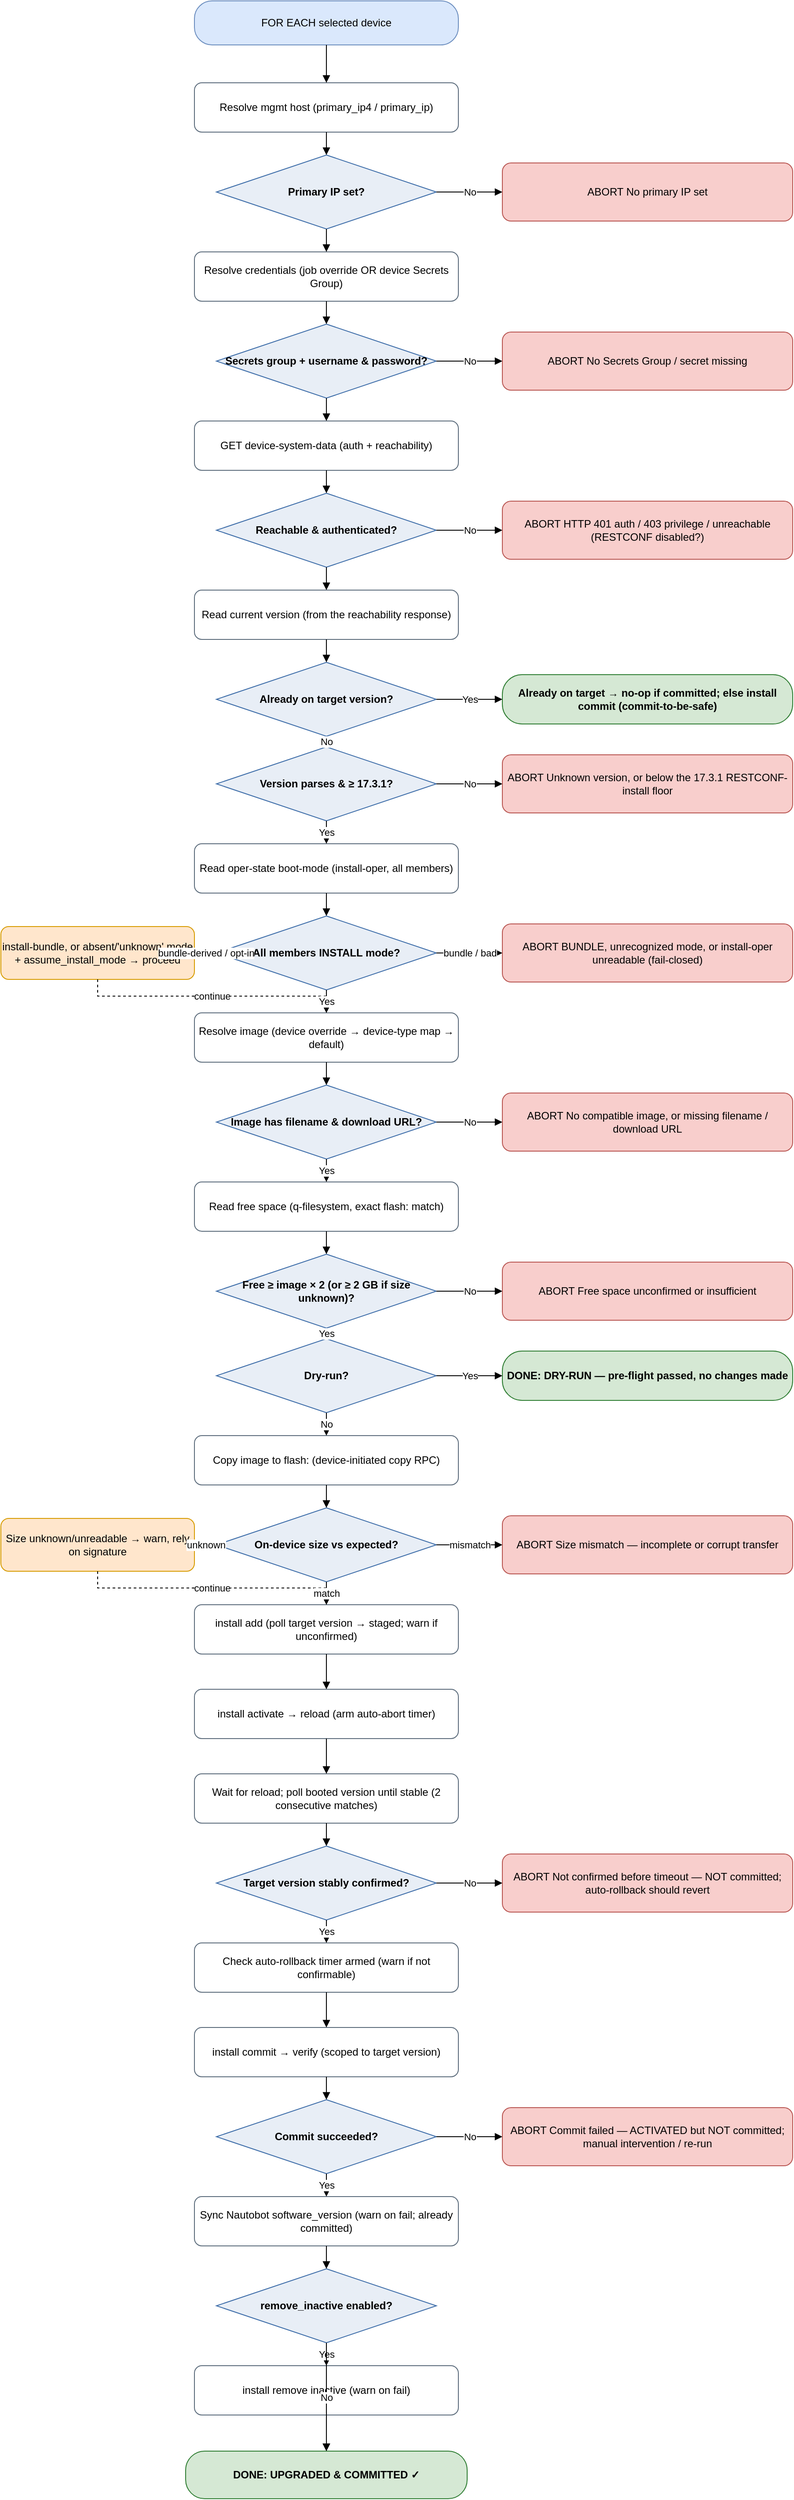
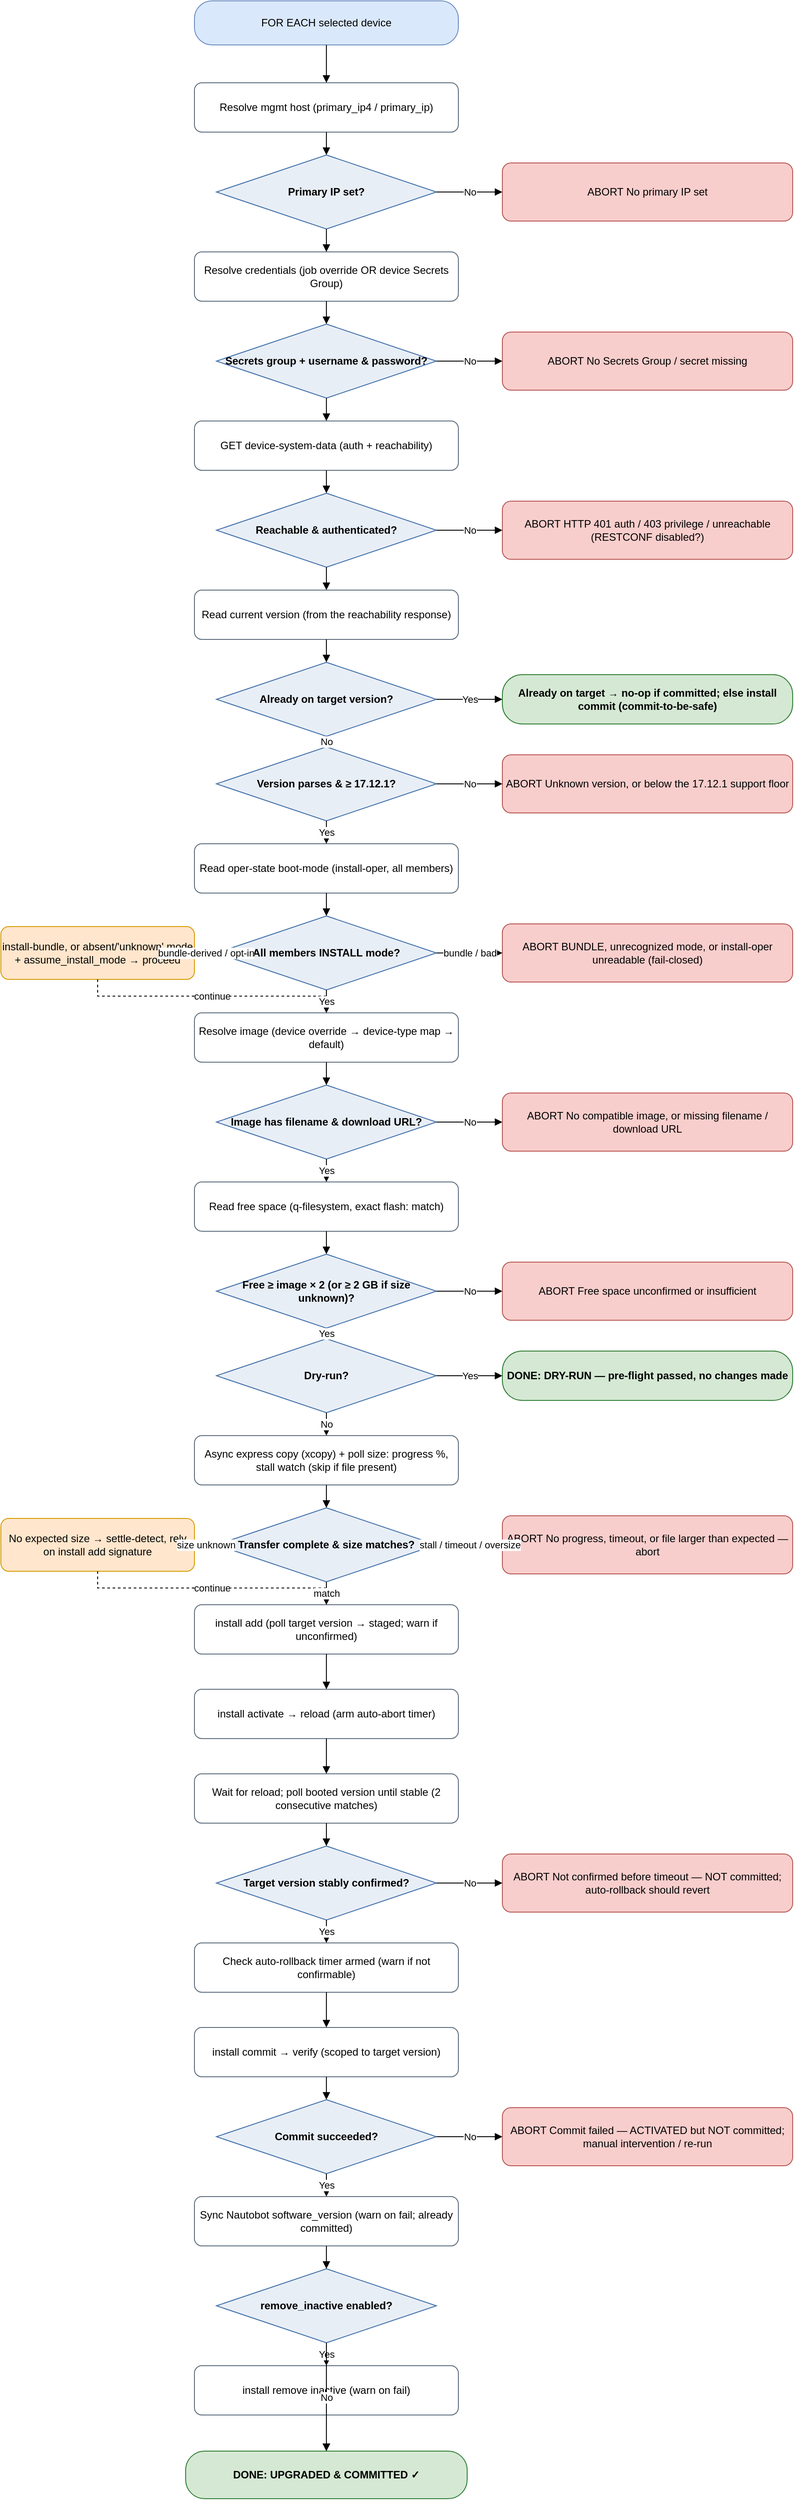
<mxfile host="app.diagrams.net" type="device">
  <diagram name="IOS-XE upgrade flow" id="iosxe-upgrade-flow">
    <mxGraphModel dx="1000" dy="2000" grid="1" gridSize="10" guides="1" tooltips="1"
        connect="1" arrows="1" fold="1" page="1" pageScale="1" math="0" shadow="0">
      <root>
        <mxCell id="0"/>
        <mxCell id="1" parent="0"/>
        <mxCell id="start" value="FOR EACH selected device" style="rounded=1;arcSize=40;whiteSpace=wrap;html=1;fillColor=#DAE8FC;strokeColor=#6C8EBF;" vertex="1" parent="1"><mxGeometry x="250" y="31" width="300" height="50" as="geometry"/></mxCell>
        <mxCell id="host" value="Resolve mgmt host&amp;#10;(primary_ip4 / primary_ip)" style="rounded=1;whiteSpace=wrap;html=1;fillColor=#FFFFFF;strokeColor=#5B6B7B;" vertex="1" parent="1"><mxGeometry x="250" y="124" width="300" height="56" as="geometry"/></mxCell>
        <mxCell id="d_ip" value="Primary IP set?" style="rhombus;whiteSpace=wrap;html=1;fillColor=#E8EEF6;strokeColor=#3C6CA8;fontStyle=1;" vertex="1" parent="1"><mxGeometry x="275" y="206" width="250" height="84" as="geometry"/></mxCell>
        <mxCell id="cred" value="Resolve credentials&amp;#10;(job override OR device Secrets Group)" style="rounded=1;whiteSpace=wrap;html=1;fillColor=#FFFFFF;strokeColor=#5B6B7B;" vertex="1" parent="1"><mxGeometry x="250" y="316" width="300" height="56" as="geometry"/></mxCell>
        <mxCell id="d_cred" value="Secrets group +&amp;#10;username &amp; password?" style="rhombus;whiteSpace=wrap;html=1;fillColor=#E8EEF6;strokeColor=#3C6CA8;fontStyle=1;" vertex="1" parent="1"><mxGeometry x="275" y="398" width="250" height="84" as="geometry"/></mxCell>
        <mxCell id="reach" value="GET device-system-data&amp;#10;(auth + reachability)" style="rounded=1;whiteSpace=wrap;html=1;fillColor=#FFFFFF;strokeColor=#5B6B7B;" vertex="1" parent="1"><mxGeometry x="250" y="508" width="300" height="56" as="geometry"/></mxCell>
        <mxCell id="d_reach" value="Reachable &amp;&amp;#10;authenticated?" style="rhombus;whiteSpace=wrap;html=1;fillColor=#E8EEF6;strokeColor=#3C6CA8;fontStyle=1;" vertex="1" parent="1"><mxGeometry x="275" y="590" width="250" height="84" as="geometry"/></mxCell>
        <mxCell id="curr" value="Read current version&amp;#10;(from the reachability response)" style="rounded=1;whiteSpace=wrap;html=1;fillColor=#FFFFFF;strokeColor=#5B6B7B;" vertex="1" parent="1"><mxGeometry x="250" y="700" width="300" height="56" as="geometry"/></mxCell>
        <mxCell id="d_target" value="Already on&amp;#10;target version?" style="rhombus;whiteSpace=wrap;html=1;fillColor=#E8EEF6;strokeColor=#3C6CA8;fontStyle=1;" vertex="1" parent="1"><mxGeometry x="275" y="782" width="250" height="84" as="geometry"/></mxCell>
-         <mxCell id="d_floor" value="Version parses&amp;#10;&amp; ≥ 17.3.1?" style="rhombus;whiteSpace=wrap;html=1;fillColor=#E8EEF6;strokeColor=#3C6CA8;fontStyle=1;" vertex="1" parent="1"><mxGeometry x="275" y="878" width="250" height="84" as="geometry"/></mxCell>
+         <mxCell id="d_floor" value="Version parses&amp;#10;&amp; ≥ 17.12.1?" style="rhombus;whiteSpace=wrap;html=1;fillColor=#E8EEF6;strokeColor=#3C6CA8;fontStyle=1;" vertex="1" parent="1"><mxGeometry x="275" y="878" width="250" height="84" as="geometry"/></mxCell>
        <mxCell id="mode" value="Read oper-state boot-mode&amp;#10;(install-oper, all members)" style="rounded=1;whiteSpace=wrap;html=1;fillColor=#FFFFFF;strokeColor=#5B6B7B;" vertex="1" parent="1"><mxGeometry x="250" y="988" width="300" height="56" as="geometry"/></mxCell>
        <mxCell id="d_mode" value="All members&amp;#10;INSTALL mode?" style="rhombus;whiteSpace=wrap;html=1;fillColor=#E8EEF6;strokeColor=#3C6CA8;fontStyle=1;" vertex="1" parent="1"><mxGeometry x="275" y="1070" width="250" height="84" as="geometry"/></mxCell>
        <mxCell id="img" value="Resolve image (device override →&amp;#10;device-type map → default)" style="rounded=1;whiteSpace=wrap;html=1;fillColor=#FFFFFF;strokeColor=#5B6B7B;" vertex="1" parent="1"><mxGeometry x="250" y="1180" width="300" height="56" as="geometry"/></mxCell>
        <mxCell id="d_img" value="Image has filename&amp;#10;&amp; download URL?" style="rhombus;whiteSpace=wrap;html=1;fillColor=#E8EEF6;strokeColor=#3C6CA8;fontStyle=1;" vertex="1" parent="1"><mxGeometry x="275" y="1262" width="250" height="84" as="geometry"/></mxCell>
        <mxCell id="space" value="Read free space&amp;#10;(q-filesystem, exact flash: match)" style="rounded=1;whiteSpace=wrap;html=1;fillColor=#FFFFFF;strokeColor=#5B6B7B;" vertex="1" parent="1"><mxGeometry x="250" y="1372" width="300" height="56" as="geometry"/></mxCell>
        <mxCell id="d_space" value="Free ≥ image × 2&amp;#10;(or ≥ 2 GB if size unknown)?" style="rhombus;whiteSpace=wrap;html=1;fillColor=#E8EEF6;strokeColor=#3C6CA8;fontStyle=1;" vertex="1" parent="1"><mxGeometry x="275" y="1454" width="250" height="84" as="geometry"/></mxCell>
        <mxCell id="d_dry" value="Dry-run?" style="rhombus;whiteSpace=wrap;html=1;fillColor=#E8EEF6;strokeColor=#3C6CA8;fontStyle=1;" vertex="1" parent="1"><mxGeometry x="275" y="1550" width="250" height="84" as="geometry"/></mxCell>
-         <mxCell id="copy" value="Copy image to flash:&amp;#10;(device-initiated copy RPC)" style="rounded=1;whiteSpace=wrap;html=1;fillColor=#FFFFFF;strokeColor=#5B6B7B;" vertex="1" parent="1"><mxGeometry x="250" y="1660" width="300" height="56" as="geometry"/></mxCell>
-         <mxCell id="d_size" value="On-device size&amp;#10;vs expected?" style="rhombus;whiteSpace=wrap;html=1;fillColor=#E8EEF6;strokeColor=#3C6CA8;fontStyle=1;" vertex="1" parent="1"><mxGeometry x="275" y="1742" width="250" height="84" as="geometry"/></mxCell>
+         <mxCell id="copy" value="Async express copy (xcopy) + poll size:&amp;#10;progress %, stall watch (skip if file present)" style="rounded=1;whiteSpace=wrap;html=1;fillColor=#FFFFFF;strokeColor=#5B6B7B;" vertex="1" parent="1"><mxGeometry x="250" y="1660" width="300" height="56" as="geometry"/></mxCell>
+         <mxCell id="d_size" value="Transfer complete&amp;#10;&amp; size matches?" style="rhombus;whiteSpace=wrap;html=1;fillColor=#E8EEF6;strokeColor=#3C6CA8;fontStyle=1;" vertex="1" parent="1"><mxGeometry x="275" y="1742" width="250" height="84" as="geometry"/></mxCell>
        <mxCell id="add" value="install add (poll target version&amp;#10;→ staged; warn if unconfirmed)" style="rounded=1;whiteSpace=wrap;html=1;fillColor=#FFFFFF;strokeColor=#5B6B7B;" vertex="1" parent="1"><mxGeometry x="250" y="1852" width="300" height="56" as="geometry"/></mxCell>
        <mxCell id="act" value="install activate → reload&amp;#10;(arm auto-abort timer)" style="rounded=1;whiteSpace=wrap;html=1;fillColor=#FFFFFF;strokeColor=#5B6B7B;" vertex="1" parent="1"><mxGeometry x="250" y="1948" width="300" height="56" as="geometry"/></mxCell>
        <mxCell id="waitc" value="Wait for reload; poll booted version&amp;#10;until stable (2 consecutive matches)" style="rounded=1;whiteSpace=wrap;html=1;fillColor=#FFFFFF;strokeColor=#5B6B7B;" vertex="1" parent="1"><mxGeometry x="250" y="2044" width="300" height="56" as="geometry"/></mxCell>
        <mxCell id="d_confirm" value="Target version&amp;#10;stably confirmed?" style="rhombus;whiteSpace=wrap;html=1;fillColor=#E8EEF6;strokeColor=#3C6CA8;fontStyle=1;" vertex="1" parent="1"><mxGeometry x="275" y="2126" width="250" height="84" as="geometry"/></mxCell>
        <mxCell id="rollbackchk" value="Check auto-rollback timer armed&amp;#10;(warn if not confirmable)" style="rounded=1;whiteSpace=wrap;html=1;fillColor=#FFFFFF;strokeColor=#5B6B7B;" vertex="1" parent="1"><mxGeometry x="250" y="2236" width="300" height="56" as="geometry"/></mxCell>
        <mxCell id="commit" value="install commit → verify&amp;#10;(scoped to target version)" style="rounded=1;whiteSpace=wrap;html=1;fillColor=#FFFFFF;strokeColor=#5B6B7B;" vertex="1" parent="1"><mxGeometry x="250" y="2332" width="300" height="56" as="geometry"/></mxCell>
        <mxCell id="d_commit" value="Commit&amp;#10;succeeded?" style="rhombus;whiteSpace=wrap;html=1;fillColor=#E8EEF6;strokeColor=#3C6CA8;fontStyle=1;" vertex="1" parent="1"><mxGeometry x="275" y="2414" width="250" height="84" as="geometry"/></mxCell>
        <mxCell id="sync" value="Sync Nautobot software_version&amp;#10;(warn on fail; already committed)" style="rounded=1;whiteSpace=wrap;html=1;fillColor=#FFFFFF;strokeColor=#5B6B7B;" vertex="1" parent="1"><mxGeometry x="250" y="2524" width="300" height="56" as="geometry"/></mxCell>
        <mxCell id="d_remove" value="remove_inactive&amp;#10;enabled?" style="rhombus;whiteSpace=wrap;html=1;fillColor=#E8EEF6;strokeColor=#3C6CA8;fontStyle=1;" vertex="1" parent="1"><mxGeometry x="275" y="2606" width="250" height="84" as="geometry"/></mxCell>
        <mxCell id="remove" value="install remove inactive&amp;#10;(warn on fail)" style="rounded=1;whiteSpace=wrap;html=1;fillColor=#FFFFFF;strokeColor=#5B6B7B;" vertex="1" parent="1"><mxGeometry x="250" y="2716" width="300" height="56" as="geometry"/></mxCell>
        <mxCell id="ok" value="DONE: UPGRADED &amp; COMMITTED ✓" style="rounded=1;arcSize=40;whiteSpace=wrap;html=1;fillColor=#D5E8D4;strokeColor=#2E7D32;fontStyle=1;" vertex="1" parent="1"><mxGeometry x="240" y="2813" width="320" height="54" as="geometry"/></mxCell>
        <mxCell id="d_ip_abort" value="ABORT&amp;#10;No primary IP set" style="rounded=1;whiteSpace=wrap;html=1;fillColor=#F8CECC;strokeColor=#B85450;" vertex="1" parent="1"><mxGeometry x="600" y="215" width="330" height="66" as="geometry"/></mxCell>
        <mxCell id="d_cred_abort" value="ABORT&amp;#10;No Secrets Group / secret missing" style="rounded=1;whiteSpace=wrap;html=1;fillColor=#F8CECC;strokeColor=#B85450;" vertex="1" parent="1"><mxGeometry x="600" y="407" width="330" height="66" as="geometry"/></mxCell>
        <mxCell id="d_reach_abort" value="ABORT&amp;#10;HTTP 401 auth / 403 privilege /&amp;#10;unreachable (RESTCONF disabled?)" style="rounded=1;whiteSpace=wrap;html=1;fillColor=#F8CECC;strokeColor=#B85450;" vertex="1" parent="1"><mxGeometry x="600" y="599" width="330" height="66" as="geometry"/></mxCell>
        <mxCell id="d_target_ok" value="Already on target → no-op if committed;&amp;#10;else install commit (commit-to-be-safe)" style="rounded=1;arcSize=40;whiteSpace=wrap;html=1;fillColor=#D5E8D4;strokeColor=#2E7D32;fontStyle=1;" vertex="1" parent="1"><mxGeometry x="600" y="796" width="330" height="56" as="geometry"/></mxCell>
-         <mxCell id="d_floor_abort" value="ABORT&amp;#10;Unknown version, or below the&amp;#10;17.3.1 RESTCONF-install floor" style="rounded=1;whiteSpace=wrap;html=1;fillColor=#F8CECC;strokeColor=#B85450;" vertex="1" parent="1"><mxGeometry x="600" y="887" width="330" height="66" as="geometry"/></mxCell>
+         <mxCell id="d_floor_abort" value="ABORT&amp;#10;Unknown version, or below the&amp;#10;17.12.1 support floor" style="rounded=1;whiteSpace=wrap;html=1;fillColor=#F8CECC;strokeColor=#B85450;" vertex="1" parent="1"><mxGeometry x="600" y="887" width="330" height="66" as="geometry"/></mxCell>
        <mxCell id="d_mode_abort" value="ABORT&amp;#10;BUNDLE, unrecognized mode, or&amp;#10;install-oper unreadable (fail-closed)" style="rounded=1;whiteSpace=wrap;html=1;fillColor=#F8CECC;strokeColor=#B85450;" vertex="1" parent="1"><mxGeometry x="600" y="1079" width="330" height="66" as="geometry"/></mxCell>
        <mxCell id="d_mode_warn" value="install-bundle, or absent/&#x27;unknown&#x27;&amp;#10;mode + assume_install_mode → proceed" style="rounded=1;whiteSpace=wrap;html=1;fillColor=#FFE6CC;strokeColor=#D79B00;" vertex="1" parent="1"><mxGeometry x="30" y="1082" width="220" height="60" as="geometry"/></mxCell>
        <mxCell id="d_img_abort" value="ABORT&amp;#10;No compatible image, or missing&amp;#10;filename / download URL" style="rounded=1;whiteSpace=wrap;html=1;fillColor=#F8CECC;strokeColor=#B85450;" vertex="1" parent="1"><mxGeometry x="600" y="1271" width="330" height="66" as="geometry"/></mxCell>
        <mxCell id="d_space_abort" value="ABORT&amp;#10;Free space unconfirmed or&amp;#10;insufficient" style="rounded=1;whiteSpace=wrap;html=1;fillColor=#F8CECC;strokeColor=#B85450;" vertex="1" parent="1"><mxGeometry x="600" y="1463" width="330" height="66" as="geometry"/></mxCell>
        <mxCell id="d_dry_ok" value="DONE: DRY-RUN — pre-flight&amp;#10;passed, no changes made" style="rounded=1;arcSize=40;whiteSpace=wrap;html=1;fillColor=#D5E8D4;strokeColor=#2E7D32;fontStyle=1;" vertex="1" parent="1"><mxGeometry x="600" y="1564" width="330" height="56" as="geometry"/></mxCell>
-         <mxCell id="d_size_abort" value="ABORT&amp;#10;Size mismatch — incomplete&amp;#10;or corrupt transfer" style="rounded=1;whiteSpace=wrap;html=1;fillColor=#F8CECC;strokeColor=#B85450;" vertex="1" parent="1"><mxGeometry x="600" y="1751" width="330" height="66" as="geometry"/></mxCell>
-         <mxCell id="d_size_warn" value="Size unknown/unreadable&amp;#10;→ warn, rely on signature" style="rounded=1;whiteSpace=wrap;html=1;fillColor=#FFE6CC;strokeColor=#D79B00;" vertex="1" parent="1"><mxGeometry x="30" y="1754" width="220" height="60" as="geometry"/></mxCell>
+         <mxCell id="d_size_abort" value="ABORT&amp;#10;No progress, timeout, or file&amp;#10;larger than expected — abort" style="rounded=1;whiteSpace=wrap;html=1;fillColor=#F8CECC;strokeColor=#B85450;" vertex="1" parent="1"><mxGeometry x="600" y="1751" width="330" height="66" as="geometry"/></mxCell>
+         <mxCell id="d_size_warn" value="No expected size → settle-detect,&amp;#10;rely on install add signature" style="rounded=1;whiteSpace=wrap;html=1;fillColor=#FFE6CC;strokeColor=#D79B00;" vertex="1" parent="1"><mxGeometry x="30" y="1754" width="220" height="60" as="geometry"/></mxCell>
        <mxCell id="d_confirm_abort" value="ABORT&amp;#10;Not confirmed before timeout — NOT&amp;#10;committed; auto-rollback should revert" style="rounded=1;whiteSpace=wrap;html=1;fillColor=#F8CECC;strokeColor=#B85450;" vertex="1" parent="1"><mxGeometry x="600" y="2135" width="330" height="66" as="geometry"/></mxCell>
        <mxCell id="d_commit_abort" value="ABORT&amp;#10;Commit failed — ACTIVATED but NOT&amp;#10;committed; manual intervention / re-run" style="rounded=1;whiteSpace=wrap;html=1;fillColor=#F8CECC;strokeColor=#B85450;" vertex="1" parent="1"><mxGeometry x="600" y="2423" width="330" height="66" as="geometry"/></mxCell>
        <mxCell id="e_d_ip_abort" value="No" style="edgeStyle=orthogonalEdgeStyle;rounded=0;html=1;endArrow=block;" edge="1" parent="1" source="d_ip" target="d_ip_abort"><mxGeometry relative="1" as="geometry"/></mxCell>
        <mxCell id="e_d_cred_abort" value="No" style="edgeStyle=orthogonalEdgeStyle;rounded=0;html=1;endArrow=block;" edge="1" parent="1" source="d_cred" target="d_cred_abort"><mxGeometry relative="1" as="geometry"/></mxCell>
        <mxCell id="e_d_reach_abort" value="No" style="edgeStyle=orthogonalEdgeStyle;rounded=0;html=1;endArrow=block;" edge="1" parent="1" source="d_reach" target="d_reach_abort"><mxGeometry relative="1" as="geometry"/></mxCell>
        <mxCell id="e_d_target_ok" value="Yes" style="edgeStyle=orthogonalEdgeStyle;rounded=0;html=1;endArrow=block;" edge="1" parent="1" source="d_target" target="d_target_ok"><mxGeometry relative="1" as="geometry"/></mxCell>
        <mxCell id="e_d_floor_abort" value="No" style="edgeStyle=orthogonalEdgeStyle;rounded=0;html=1;endArrow=block;" edge="1" parent="1" source="d_floor" target="d_floor_abort"><mxGeometry relative="1" as="geometry"/></mxCell>
        <mxCell id="e_d_mode_abort" value="bundle / bad" style="edgeStyle=orthogonalEdgeStyle;rounded=0;html=1;endArrow=block;" edge="1" parent="1" source="d_mode" target="d_mode_abort"><mxGeometry relative="1" as="geometry"/></mxCell>
        <mxCell id="e_d_mode_warn" value="bundle-derived /
opt-in" style="edgeStyle=orthogonalEdgeStyle;rounded=0;html=1;endArrow=block;" edge="1" parent="1" source="d_mode" target="d_mode_warn"><mxGeometry relative="1" as="geometry"/></mxCell>
        <mxCell id="e_d_mode_warn_join" value="continue" style="edgeStyle=orthogonalEdgeStyle;rounded=0;html=1;endArrow=block;dashed=1;" edge="1" parent="1" source="d_mode_warn" target="img"><mxGeometry relative="1" as="geometry"/></mxCell>
        <mxCell id="e_d_img_abort" value="No" style="edgeStyle=orthogonalEdgeStyle;rounded=0;html=1;endArrow=block;" edge="1" parent="1" source="d_img" target="d_img_abort"><mxGeometry relative="1" as="geometry"/></mxCell>
        <mxCell id="e_d_space_abort" value="No" style="edgeStyle=orthogonalEdgeStyle;rounded=0;html=1;endArrow=block;" edge="1" parent="1" source="d_space" target="d_space_abort"><mxGeometry relative="1" as="geometry"/></mxCell>
        <mxCell id="e_d_dry_ok" value="Yes" style="edgeStyle=orthogonalEdgeStyle;rounded=0;html=1;endArrow=block;" edge="1" parent="1" source="d_dry" target="d_dry_ok"><mxGeometry relative="1" as="geometry"/></mxCell>
-         <mxCell id="e_d_size_abort" value="mismatch" style="edgeStyle=orthogonalEdgeStyle;rounded=0;html=1;endArrow=block;" edge="1" parent="1" source="d_size" target="d_size_abort"><mxGeometry relative="1" as="geometry"/></mxCell>
-         <mxCell id="e_d_size_warn" value="unknown" style="edgeStyle=orthogonalEdgeStyle;rounded=0;html=1;endArrow=block;" edge="1" parent="1" source="d_size" target="d_size_warn"><mxGeometry relative="1" as="geometry"/></mxCell>
+         <mxCell id="e_d_size_abort" value="stall / timeout /
+ oversize" style="edgeStyle=orthogonalEdgeStyle;rounded=0;html=1;endArrow=block;" edge="1" parent="1" source="d_size" target="d_size_abort"><mxGeometry relative="1" as="geometry"/></mxCell>
+         <mxCell id="e_d_size_warn" value="size unknown" style="edgeStyle=orthogonalEdgeStyle;rounded=0;html=1;endArrow=block;" edge="1" parent="1" source="d_size" target="d_size_warn"><mxGeometry relative="1" as="geometry"/></mxCell>
        <mxCell id="e_d_size_warn_join" value="continue" style="edgeStyle=orthogonalEdgeStyle;rounded=0;html=1;endArrow=block;dashed=1;" edge="1" parent="1" source="d_size_warn" target="add"><mxGeometry relative="1" as="geometry"/></mxCell>
        <mxCell id="e_d_confirm_abort" value="No" style="edgeStyle=orthogonalEdgeStyle;rounded=0;html=1;endArrow=block;" edge="1" parent="1" source="d_confirm" target="d_confirm_abort"><mxGeometry relative="1" as="geometry"/></mxCell>
        <mxCell id="e_d_commit_abort" value="No" style="edgeStyle=orthogonalEdgeStyle;rounded=0;html=1;endArrow=block;" edge="1" parent="1" source="d_commit" target="d_commit_abort"><mxGeometry relative="1" as="geometry"/></mxCell>
        <mxCell id="e_start_host" value="" style="edgeStyle=orthogonalEdgeStyle;rounded=0;html=1;endArrow=block;" edge="1" parent="1" source="start" target="host"><mxGeometry relative="1" as="geometry"/></mxCell>
        <mxCell id="e_host_d_ip" value="" style="edgeStyle=orthogonalEdgeStyle;rounded=0;html=1;endArrow=block;" edge="1" parent="1" source="host" target="d_ip"><mxGeometry relative="1" as="geometry"/></mxCell>
        <mxCell id="e_d_ip_cred" value="" style="edgeStyle=orthogonalEdgeStyle;rounded=0;html=1;endArrow=block;" edge="1" parent="1" source="d_ip" target="cred"><mxGeometry relative="1" as="geometry"/></mxCell>
        <mxCell id="e_cred_d_cred" value="" style="edgeStyle=orthogonalEdgeStyle;rounded=0;html=1;endArrow=block;" edge="1" parent="1" source="cred" target="d_cred"><mxGeometry relative="1" as="geometry"/></mxCell>
        <mxCell id="e_d_cred_reach" value="" style="edgeStyle=orthogonalEdgeStyle;rounded=0;html=1;endArrow=block;" edge="1" parent="1" source="d_cred" target="reach"><mxGeometry relative="1" as="geometry"/></mxCell>
        <mxCell id="e_reach_d_reach" value="" style="edgeStyle=orthogonalEdgeStyle;rounded=0;html=1;endArrow=block;" edge="1" parent="1" source="reach" target="d_reach"><mxGeometry relative="1" as="geometry"/></mxCell>
        <mxCell id="e_d_reach_curr" value="" style="edgeStyle=orthogonalEdgeStyle;rounded=0;html=1;endArrow=block;" edge="1" parent="1" source="d_reach" target="curr"><mxGeometry relative="1" as="geometry"/></mxCell>
        <mxCell id="e_curr_d_target" value="" style="edgeStyle=orthogonalEdgeStyle;rounded=0;html=1;endArrow=block;" edge="1" parent="1" source="curr" target="d_target"><mxGeometry relative="1" as="geometry"/></mxCell>
        <mxCell id="e_d_target_d_floor" value="No" style="edgeStyle=orthogonalEdgeStyle;rounded=0;html=1;endArrow=block;" edge="1" parent="1" source="d_target" target="d_floor"><mxGeometry relative="1" as="geometry"/></mxCell>
        <mxCell id="e_d_floor_mode" value="Yes" style="edgeStyle=orthogonalEdgeStyle;rounded=0;html=1;endArrow=block;" edge="1" parent="1" source="d_floor" target="mode"><mxGeometry relative="1" as="geometry"/></mxCell>
        <mxCell id="e_mode_d_mode" value="" style="edgeStyle=orthogonalEdgeStyle;rounded=0;html=1;endArrow=block;" edge="1" parent="1" source="mode" target="d_mode"><mxGeometry relative="1" as="geometry"/></mxCell>
        <mxCell id="e_d_mode_img" value="Yes" style="edgeStyle=orthogonalEdgeStyle;rounded=0;html=1;endArrow=block;" edge="1" parent="1" source="d_mode" target="img"><mxGeometry relative="1" as="geometry"/></mxCell>
        <mxCell id="e_img_d_img" value="" style="edgeStyle=orthogonalEdgeStyle;rounded=0;html=1;endArrow=block;" edge="1" parent="1" source="img" target="d_img"><mxGeometry relative="1" as="geometry"/></mxCell>
        <mxCell id="e_d_img_space" value="Yes" style="edgeStyle=orthogonalEdgeStyle;rounded=0;html=1;endArrow=block;" edge="1" parent="1" source="d_img" target="space"><mxGeometry relative="1" as="geometry"/></mxCell>
        <mxCell id="e_space_d_space" value="" style="edgeStyle=orthogonalEdgeStyle;rounded=0;html=1;endArrow=block;" edge="1" parent="1" source="space" target="d_space"><mxGeometry relative="1" as="geometry"/></mxCell>
        <mxCell id="e_d_space_d_dry" value="Yes" style="edgeStyle=orthogonalEdgeStyle;rounded=0;html=1;endArrow=block;" edge="1" parent="1" source="d_space" target="d_dry"><mxGeometry relative="1" as="geometry"/></mxCell>
        <mxCell id="e_d_dry_copy" value="No" style="edgeStyle=orthogonalEdgeStyle;rounded=0;html=1;endArrow=block;" edge="1" parent="1" source="d_dry" target="copy"><mxGeometry relative="1" as="geometry"/></mxCell>
        <mxCell id="e_copy_d_size" value="" style="edgeStyle=orthogonalEdgeStyle;rounded=0;html=1;endArrow=block;" edge="1" parent="1" source="copy" target="d_size"><mxGeometry relative="1" as="geometry"/></mxCell>
        <mxCell id="e_d_size_add" value="match" style="edgeStyle=orthogonalEdgeStyle;rounded=0;html=1;endArrow=block;" edge="1" parent="1" source="d_size" target="add"><mxGeometry relative="1" as="geometry"/></mxCell>
        <mxCell id="e_add_act" value="" style="edgeStyle=orthogonalEdgeStyle;rounded=0;html=1;endArrow=block;" edge="1" parent="1" source="add" target="act"><mxGeometry relative="1" as="geometry"/></mxCell>
        <mxCell id="e_act_waitc" value="" style="edgeStyle=orthogonalEdgeStyle;rounded=0;html=1;endArrow=block;" edge="1" parent="1" source="act" target="waitc"><mxGeometry relative="1" as="geometry"/></mxCell>
        <mxCell id="e_waitc_d_confirm" value="" style="edgeStyle=orthogonalEdgeStyle;rounded=0;html=1;endArrow=block;" edge="1" parent="1" source="waitc" target="d_confirm"><mxGeometry relative="1" as="geometry"/></mxCell>
        <mxCell id="e_d_confirm_rollbackchk" value="Yes" style="edgeStyle=orthogonalEdgeStyle;rounded=0;html=1;endArrow=block;" edge="1" parent="1" source="d_confirm" target="rollbackchk"><mxGeometry relative="1" as="geometry"/></mxCell>
        <mxCell id="e_rollbackchk_commit" value="" style="edgeStyle=orthogonalEdgeStyle;rounded=0;html=1;endArrow=block;" edge="1" parent="1" source="rollbackchk" target="commit"><mxGeometry relative="1" as="geometry"/></mxCell>
        <mxCell id="e_commit_d_commit" value="" style="edgeStyle=orthogonalEdgeStyle;rounded=0;html=1;endArrow=block;" edge="1" parent="1" source="commit" target="d_commit"><mxGeometry relative="1" as="geometry"/></mxCell>
        <mxCell id="e_d_commit_sync" value="Yes" style="edgeStyle=orthogonalEdgeStyle;rounded=0;html=1;endArrow=block;" edge="1" parent="1" source="d_commit" target="sync"><mxGeometry relative="1" as="geometry"/></mxCell>
        <mxCell id="e_sync_d_remove" value="" style="edgeStyle=orthogonalEdgeStyle;rounded=0;html=1;endArrow=block;" edge="1" parent="1" source="sync" target="d_remove"><mxGeometry relative="1" as="geometry"/></mxCell>
        <mxCell id="e_remove_yes" value="Yes" style="edgeStyle=orthogonalEdgeStyle;rounded=0;html=1;endArrow=block;" edge="1" parent="1" source="d_remove" target="remove"><mxGeometry relative="1" as="geometry"/></mxCell>
        <mxCell id="e_remove_ok" value="" style="edgeStyle=orthogonalEdgeStyle;rounded=0;html=1;endArrow=block;" edge="1" parent="1" source="remove" target="ok"><mxGeometry relative="1" as="geometry"/></mxCell>
        <mxCell id="e_remove_no" value="No" style="edgeStyle=orthogonalEdgeStyle;rounded=0;html=1;endArrow=block;" edge="1" parent="1" source="d_remove" target="ok"><mxGeometry relative="1" as="geometry"/></mxCell>
      </root>
    </mxGraphModel>
  </diagram>
</mxfile>
